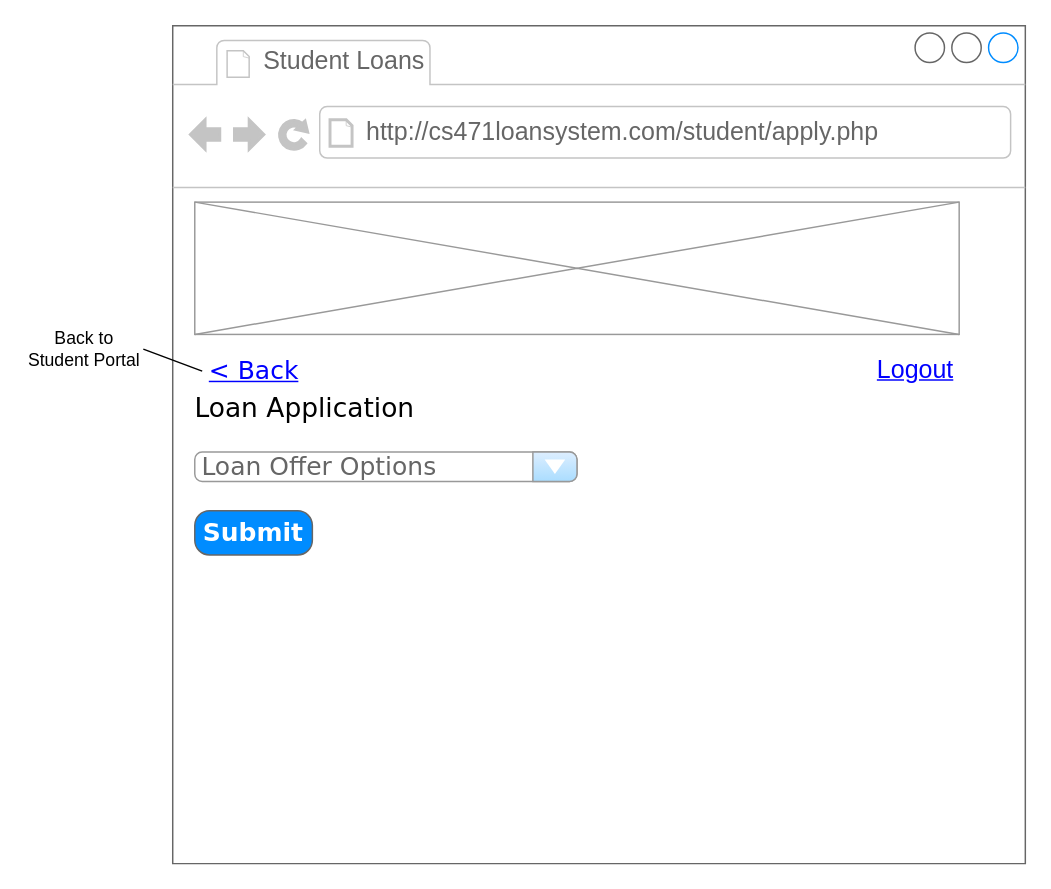
Above: page "Loan Application" (6 of 9) of Documentation/Frontend Wireframes.drawio in frap129/cs471-project (draw.io), before the change. Source tidied: cells renumbered, new cells numbered last; positions are measured from the earlier drawing's top-left corner, leaving out a move shared by most shapes. Both pictures are drawn from the tidied source at 147%, with x=0, y=0 at pixel (25, 25).
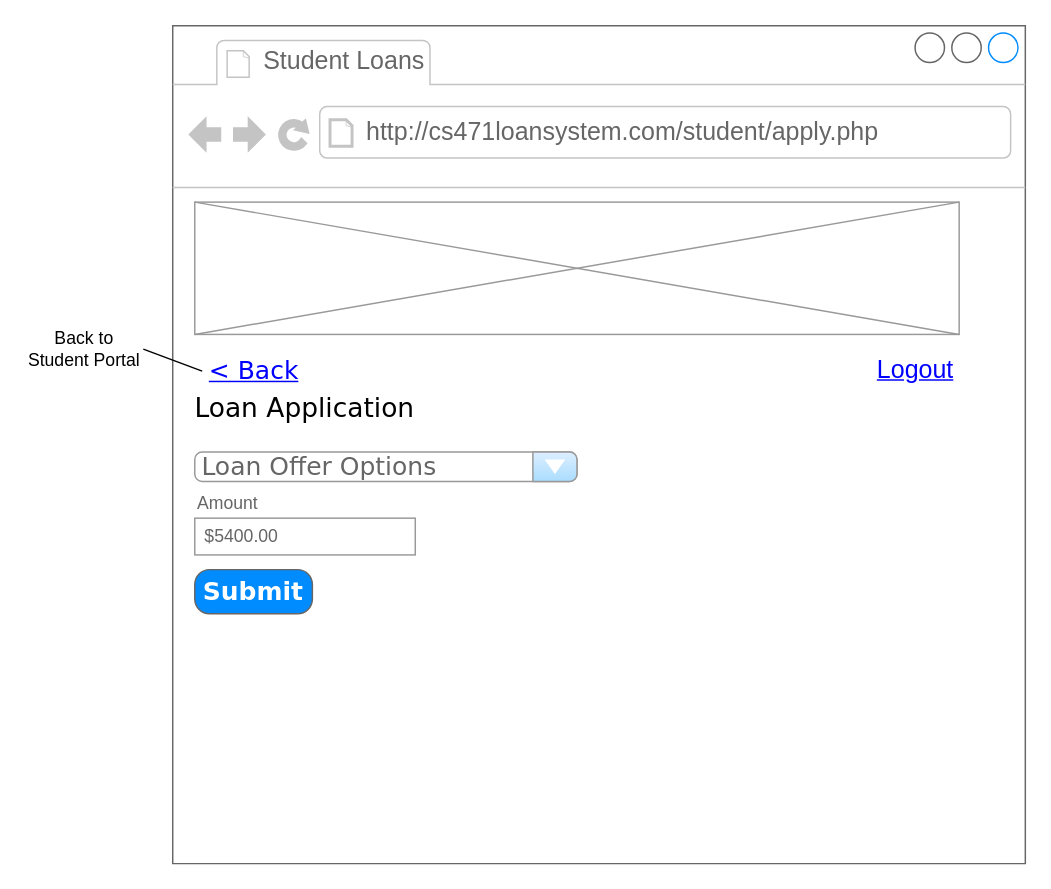
After the change.

Commit message (it also covers changes not shown here):
Updated wireframe for loan applications to include amount.

Diff of the diagram source:
```diff
@@
 <mxGraphModel>
   <root>
     <mxCell id="0" />
     <mxCell id="1" parent="0" />
     <mxCell id="2" style="strokeWidth=1;shadow=0;dashed=0;align=center;html=1;shape=mxgraph.mockup.containers.browserWindow;rSize=0;strokeColor=#666666;strokeColor2=#008cff;strokeColor3=#c4c4c4;mainText=,;" parent="1" vertex="1">
       <mxGeometry x="100" width="580" height="570" as="geometry" />
     </mxCell>
     <mxCell id="3" value="Student Loans" style="strokeWidth=1;shadow=0;dashed=0;align=center;html=1;shape=mxgraph.mockup.containers.anchor;fontSize=17;fontColor=#666666;align=left;" parent="2" vertex="1">
       <mxGeometry x="60" y="12" width="110" height="26" as="geometry" />
     </mxCell>
     <mxCell id="4" value="http://cs471loansystem.com/student/apply.php" style="strokeWidth=1;shadow=0;dashed=0;align=center;html=1;shape=mxgraph.mockup.containers.anchor;rSize=0;fontSize=17;fontColor=#666666;align=left;" parent="2" vertex="1">
       <mxGeometry x="130" y="60" width="250" height="26" as="geometry" />
     </mxCell>
     <mxCell id="5" style="verticalLabelPosition=bottom;shadow=0;dashed=0;align=center;html=1;verticalAlign=top;strokeWidth=1;shape=mxgraph.mockup.graphics.simpleIcon;strokeColor=#999999;" parent="2" vertex="1">
       <mxGeometry x="15" y="120" width="520" height="90" as="geometry" />
     </mxCell>
     <mxCell id="6" value="Logout" style="shape=rectangle;strokeColor=none;fillColor=none;linkText=;fontSize=17;fontColor=#0000ff;fontStyle=4;html=1;align=center;" parent="2" vertex="1">
       <mxGeometry x="430" y="220" width="150" height="30" as="geometry" />
     </mxCell>
     <mxCell id="7" value="Loan Application" style="text;html=1;strokeColor=none;fillColor=none;align=center;verticalAlign=middle;whiteSpace=wrap;rounded=0;fontFamily=Verdana;fontSize=18;" parent="2" vertex="1">
       <mxGeometry y="250" width="180" height="20" as="geometry" />
     </mxCell>
     <mxCell id="8" style="endArrow=none;html=1;entryX=0.267;entryY=0.5;entryDx=0;entryDy=0;entryPerimeter=0;exitX=0;exitY=0;exitDx=0;exitDy=0;" parent="2" edge="1" source="9" target="9">
       <mxGeometry relative="1" as="geometry" />
     </mxCell>
     <mxCell id="9" value="&amp;lt; Back" style="shape=rectangle;strokeColor=none;fillColor=none;linkText=;fontSize=17;fontColor=#0000ff;fontStyle=4;html=1;align=center;fontFamily=Verdana;" parent="2" vertex="1">
       <mxGeometry x="-20" y="220" width="150" height="30" as="geometry" />
     </mxCell>
     <mxCell id="10" value="Loan Offer Options" style="strokeWidth=1;shadow=0;dashed=0;align=center;html=1;shape=mxgraph.mockup.forms.comboBox;strokeColor=#999999;fillColor=#ddeeff;align=left;fillColor2=#aaddff;mainText=;fontColor=#666666;fontSize=17;spacingLeft=3;fontFamily=Verdana;" parent="2" vertex="1">
       <mxGeometry x="15" y="290" width="260" height="20" as="geometry" />
     </mxCell>
     <mxCell id="11" value="Submit" style="strokeWidth=1;shadow=0;dashed=0;align=center;html=1;shape=mxgraph.mockup.buttons.button;strokeColor=#666666;fontColor=#ffffff;mainText=;buttonStyle=round;fontSize=17;fontStyle=1;fillColor=#008cff;whiteSpace=wrap;fontFamily=Verdana;" parent="2" vertex="1">
-      <mxGeometry x="15" y="330" width="80" height="30" as="geometry" />
+      <mxGeometry x="15" y="370" width="80" height="30" as="geometry" />
     </mxCell>
+    <mxCell id="13" value="Amount" style="strokeWidth=1;shadow=0;dashed=0;align=center;html=1;shape=mxgraph.mockup.forms.anchor;fontSize=12;fontColor=#666666;align=left;spacingLeft=0;" parent="2" vertex="1">
+      <mxGeometry x="15" y="315" width="100" height="20" as="geometry" />
+    </mxCell>
+    <mxCell id="14" value="$5400.00" style="strokeWidth=1;shadow=0;dashed=0;align=center;html=1;shape=mxgraph.mockup.forms.rrect;rSize=0;strokeColor=#999999;fontColor=#666666;align=left;spacingLeft=5;" parent="2" vertex="1">
+      <mxGeometry x="15" y="335" width="150" height="25" as="geometry" />
+    </mxCell>
     <mxCell id="12" value="Back to Student Portal" style="text;html=1;strokeColor=none;fillColor=none;align=center;verticalAlign=middle;whiteSpace=wrap;rounded=0;" parent="1" vertex="1">
       <mxGeometry y="210" width="80" height="20" as="geometry" />
     </mxCell>
   </root>
 </mxGraphModel>
```
